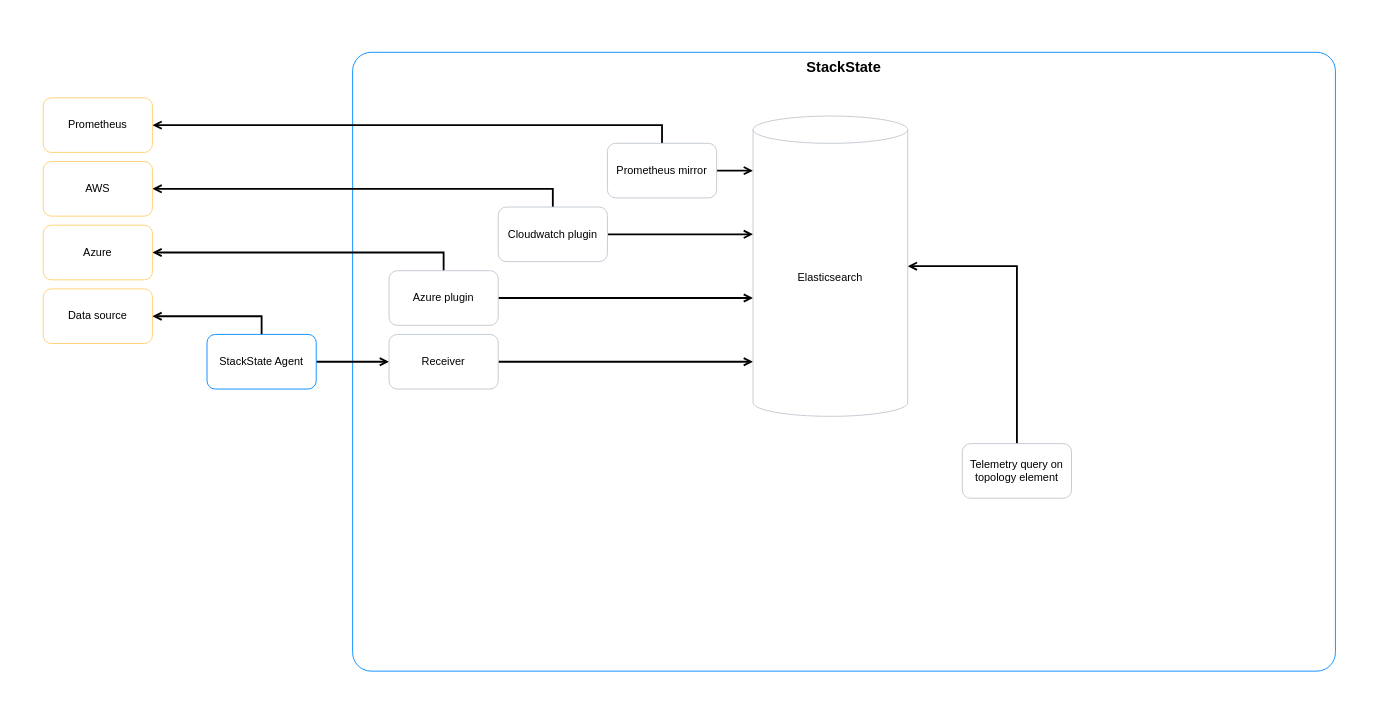
Above: resources/drawio/telemetry-sync.drawio in StackVista/stackstate-docs (draw.io), before the change. Source tidied: cells renumbered, new cells numbered last; positions are measured from the earlier drawing's top-left corner, leaving out a move shared by most shapes. Both pictures are drawn from the tidied source at 91%, with x=0, y=0 at pixel (15, 34).
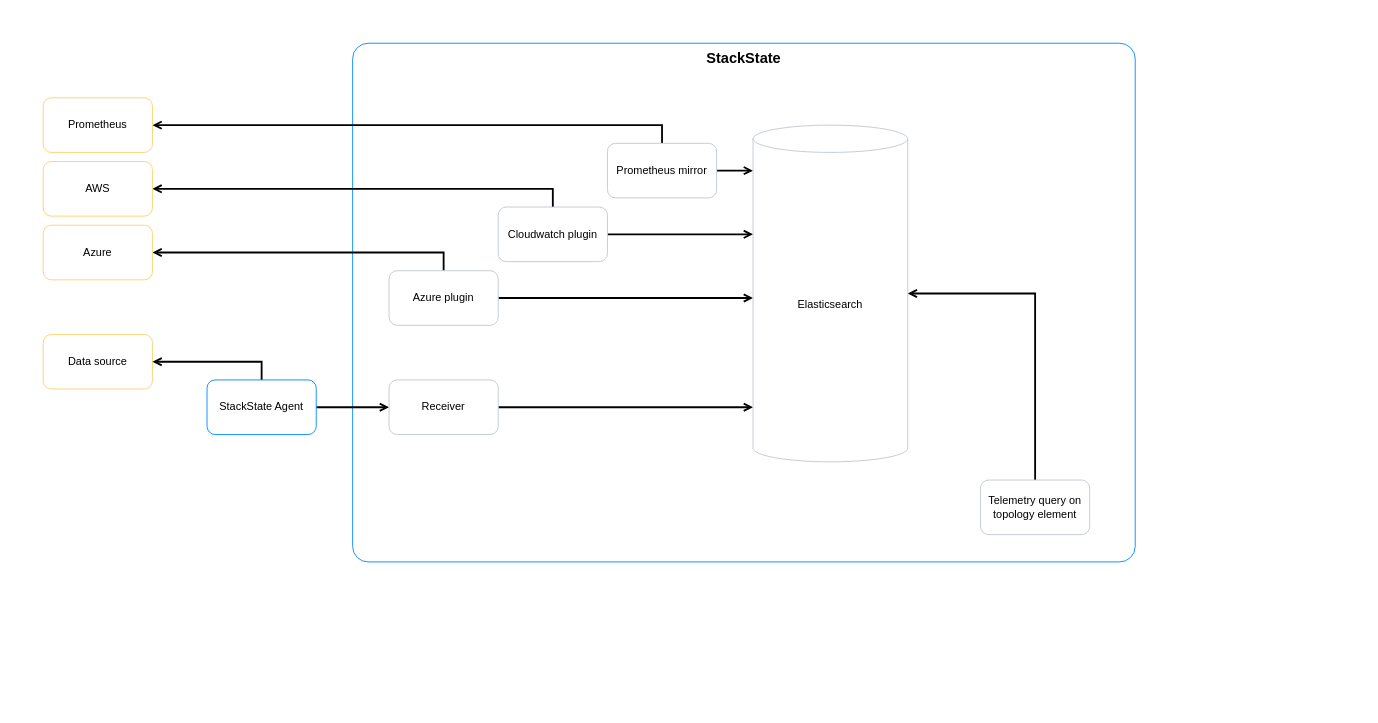
Above is the later version.

Commit message (it also covers changes not shown here):
add telemetry sync process to short debug page

The edit, as a diff of the source:
```diff
@@
     <mxCell id="2" style="rounded=0;whiteSpace=wrap;html=1;strokeColor=none;strokeWidth=3;fontSize=14;verticalAlign=top;" parent="1" vertex="1">
-      <mxGeometry width="1480" height="740" as="geometry" />
+      <mxGeometry y="-20" width="1300" height="630" as="geometry" />
     </mxCell>
     <mxCell id="3" value="&lt;b&gt;&lt;font style=&quot;font-size: 16px&quot;&gt;StackState&lt;/font&gt;&lt;/b&gt;" style="rounded=1;whiteSpace=wrap;html=1;strokeWidth=1;strokeColor=#008AFF;arcSize=3;verticalAlign=top;" parent="1" vertex="1">
-      <mxGeometry x="370" y="20" width="1080" height="680" as="geometry" />
+      <mxGeometry x="370" y="10" width="860" height="570" as="geometry" />
     </mxCell>
@@
     <mxCell id="5" value="Telemetry query on topology element" style="rounded=1;whiteSpace=wrap;html=1;strokeColor=#C1C8D0;strokeWidth=1;" parent="1" vertex="1">
-      <mxGeometry x="1040" y="450" width="120" height="60" as="geometry" />
+      <mxGeometry x="1060" y="490" width="120" height="60" as="geometry" />
     </mxCell>
@@
     <mxCell id="15" value="Data source" style="rounded=1;whiteSpace=wrap;html=1;strokeWidth=1;strokeColor=#FFD06D;" parent="1" vertex="1">
-      <mxGeometry x="30" y="280" width="120" height="60" as="geometry" />
+      <mxGeometry x="30" y="330" width="120" height="60" as="geometry" />
     </mxCell>
@@
     <mxCell id="20" value="StackState Agent" style="rounded=1;whiteSpace=wrap;html=1;strokeWidth=1;strokeColor=#008AFF;fontSize=12;verticalAlign=middle;" parent="1" vertex="1">
-      <mxGeometry x="210" y="330" width="120" height="60" as="geometry" />
+      <mxGeometry x="210" y="380" width="120" height="60" as="geometry" />
     </mxCell>
@@
     <mxCell id="22" value="Receiver" style="rounded=1;whiteSpace=wrap;html=1;strokeColor=#C1C8D0;strokeWidth=1;" parent="1" vertex="1">
-      <mxGeometry x="410" y="330" width="120" height="60" as="geometry" />
+      <mxGeometry x="410" y="380" width="120" height="60" as="geometry" />
     </mxCell>
-    <mxCell id="23" style="group;" parent="1" vertex="1">
-      <mxGeometry x="810" y="90" width="170" height="330" as="geometry" />
-    </mxCell>
+    <mxCell id="29" value="Prometheus" style="rounded=1;whiteSpace=wrap;html=1;strokeWidth=1;strokeColor=#FFD06D;" parent="1" vertex="1">
+      <mxGeometry x="30" y="70" width="120" height="60" as="geometry" />
+    </mxCell>
-    <mxCell id="24" value="Elasticsearch" style="shape=cylinder3;whiteSpace=wrap;html=1;boundedLbl=1;backgroundOutline=1;size=15;rounded=0;strokeColor=#C1C8D0;strokeWidth=1;" parent="23" vertex="1">
-      <mxGeometry width="170" height="330" as="geometry" />
+    <mxCell id="24" value="Elasticsearch" style="shape=cylinder3;whiteSpace=wrap;html=1;boundedLbl=1;backgroundOutline=1;size=15;rounded=0;strokeColor=#C1C8D0;strokeWidth=1;" parent="1" vertex="1">
+      <mxGeometry x="810" y="100" width="170" height="370" as="geometry" />
     </mxCell>
-    <mxCell id="25" style="rounded=1;whiteSpace=wrap;html=1;strokeColor=none;strokeWidth=1;fillColor=none;" parent="23" vertex="1">
-      <mxGeometry y="240" width="40" height="60" as="geometry" />
+    <mxCell id="25" style="rounded=1;whiteSpace=wrap;html=1;strokeColor=none;strokeWidth=1;fillColor=none;" parent="1" vertex="1">
+      <mxGeometry x="810" y="380" width="40" height="60" as="geometry" />
     </mxCell>
-    <mxCell id="26" style="rounded=1;whiteSpace=wrap;html=1;strokeColor=none;strokeWidth=1;fillColor=none;" parent="23" vertex="1">
-      <mxGeometry y="170" width="40" height="60" as="geometry" />
+    <mxCell id="26" style="rounded=1;whiteSpace=wrap;html=1;strokeColor=none;strokeWidth=1;fillColor=none;" parent="1" vertex="1">
+      <mxGeometry x="810" y="260" width="40" height="60" as="geometry" />
     </mxCell>
-    <mxCell id="27" style="rounded=1;whiteSpace=wrap;html=1;strokeColor=none;strokeWidth=1;fillColor=none;" parent="23" vertex="1">
-      <mxGeometry y="100" width="40" height="60" as="geometry" />
+    <mxCell id="27" style="rounded=1;whiteSpace=wrap;html=1;strokeColor=none;strokeWidth=1;fillColor=none;" parent="1" vertex="1">
+      <mxGeometry x="810" y="190" width="40" height="60" as="geometry" />
     </mxCell>
-    <mxCell id="28" style="rounded=1;whiteSpace=wrap;html=1;strokeColor=none;strokeWidth=1;fillColor=none;" parent="23" vertex="1">
-      <mxGeometry y="30" width="40" height="60" as="geometry" />
+    <mxCell id="28" style="rounded=1;whiteSpace=wrap;html=1;strokeColor=none;strokeWidth=1;fillColor=none;" parent="1" vertex="1">
+      <mxGeometry x="810" y="120" width="40" height="60" as="geometry" />
     </mxCell>
-    <mxCell id="29" value="Prometheus" style="rounded=1;whiteSpace=wrap;html=1;strokeWidth=1;strokeColor=#FFD06D;" parent="1" vertex="1">
-      <mxGeometry x="30" y="70" width="120" height="60" as="geometry" />
-    </mxCell>
```
